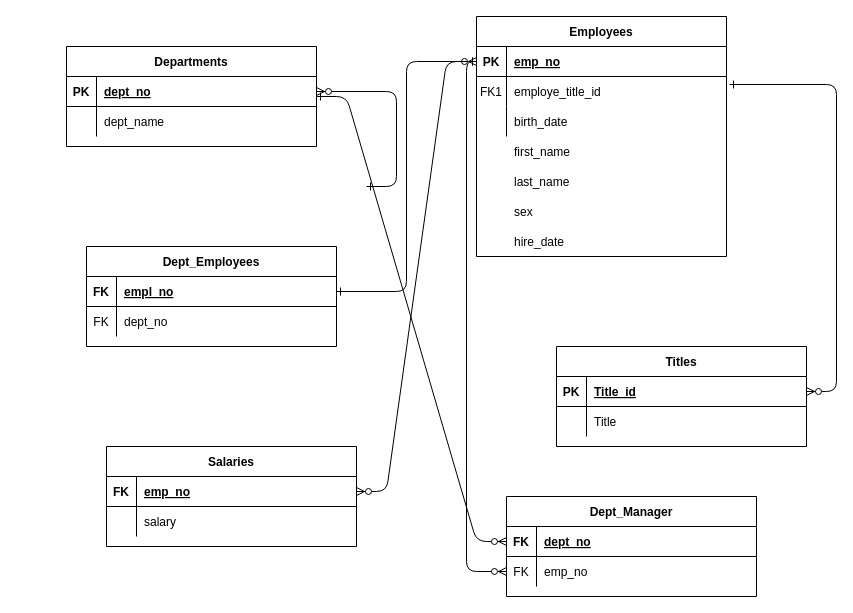
Before: sql-challenge.drawio in loriandler/sql-challenge, a draw.io diagram. Source tidied: cells renumbered, new cells numbered last; positions are measured from the earlier drawing's top-left corner, leaving out a move shared by most shapes. Both pictures are drawn from the tidied source at 100%, with x=0, y=0 at pixel (66, 16).
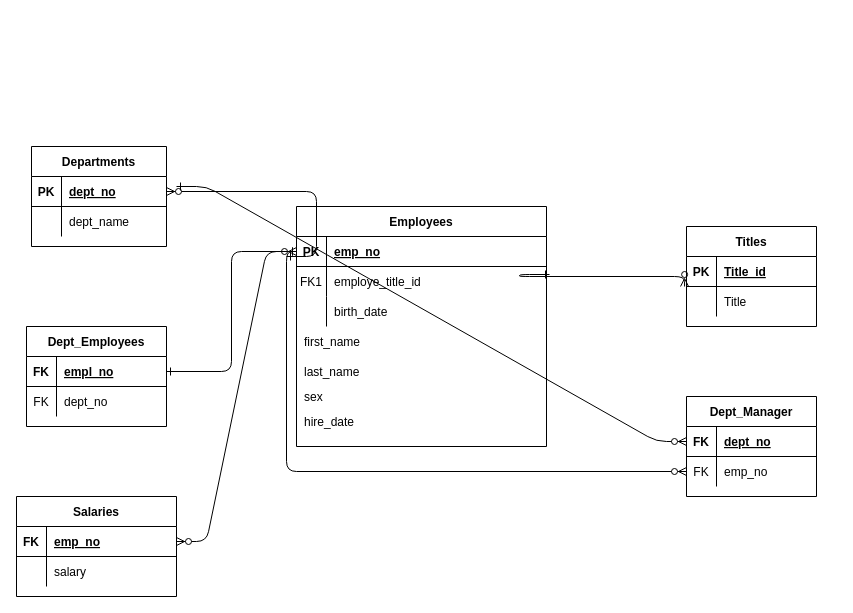
The same diagram, later.

Unchanged cells that the change refers to:
```xml
<mxCell id="8" style="shape=partialRectangle;fillColor=none;points=[[0,0.5],[1,0.5]];portConstraint=eastwest;top=0;left=0;right=0;bottom=0;" parent="4" vertex="1">
  <mxGeometry y="60" width="250" height="30" as="geometry" />
</mxCell>
```

The edit, as a diff of the source:
```diff
@@
-    <mxCell id="3" style="edgeStyle=orthogonalEdgeStyle;endArrow=ERzeroToMany;startArrow=ERone;endFill=1;startFill=0;exitX=1.012;exitY=0.267;exitDx=0;exitDy=0;exitPerimeter=0;entryX=1;entryY=0.5;entryDx=0;entryDy=0;" parent="1" edge="1" source="8" target="15">
+    <mxCell id="3" style="edgeStyle=orthogonalEdgeStyle;endArrow=ERzeroToMany;startArrow=ERone;endFill=1;startFill=0;exitX=1.012;exitY=0.267;exitDx=0;exitDy=0;exitPerimeter=0;entryX=-0.015;entryY=0;entryDx=0;entryDy=0;entryPerimeter=0;" parent="1" edge="1" source="8" target="18">
       <mxGeometry relative="1" as="geometry">
         <Array as="points">
-          <mxPoint x="770" y="68" />
-          <mxPoint x="770" y="375" />
+          <mxPoint x="453" y="260" />
+          <mxPoint x="618" y="260" />
         </Array>
       </mxGeometry>
     </mxCell>
     <mxCell id="4" value="Employees" style="shape=table;startSize=30;childLayout=tableLayout;rowLines=0;fontStyle=1;align=center;" parent="1" vertex="1">
-      <mxGeometry x="410" width="250" height="240" as="geometry" />
+      <mxGeometry x="230" y="190" width="250" height="240" as="geometry" />
     </mxCell>
@@
     <mxCell id="14" value="Titles" style="shape=table;startSize=30;childLayout=tableLayout;rowLines=0;fontStyle=1;align=center;" parent="1" vertex="1">
-      <mxGeometry x="490" y="330" width="250" height="100" as="geometry" />
+      <mxGeometry x="620" y="210" width="130" height="100" as="geometry" />
     </mxCell>
     <mxCell id="15" style="shape=partialRectangle;fillColor=none;points=[[0,0.5],[1,0.5]];portConstraint=eastwest;top=0;left=0;right=0;bottom=1;" parent="14" vertex="1">
-      <mxGeometry y="30" width="250" height="30" as="geometry" />
+      <mxGeometry y="30" width="130" height="30" as="geometry" />
     </mxCell>
@@
     <mxCell id="17" value="Title_id" style="shape=partialRectangle;overflow=hidden;fillColor=none;top=0;left=0;bottom=0;right=0;align=left;spacingLeft=6;fontStyle=5;" parent="15" vertex="1">
-      <mxGeometry x="30" width="220" height="30" as="geometry" />
+      <mxGeometry x="30" width="100" height="30" as="geometry" />
     </mxCell>
     <mxCell id="18" style="shape=partialRectangle;fillColor=none;points=[[0,0.5],[1,0.5]];portConstraint=eastwest;top=0;left=0;right=0;bottom=0;" parent="14" vertex="1">
-      <mxGeometry y="60" width="250" height="30" as="geometry" />
+      <mxGeometry y="60" width="130" height="30" as="geometry" />
     </mxCell>
@@
     <mxCell id="20" value="Title" style="shape=partialRectangle;overflow=hidden;fillColor=none;top=0;left=0;bottom=0;right=0;align=left;spacingLeft=6;" parent="18" vertex="1">
-      <mxGeometry x="30" width="220" height="30" as="geometry" />
+      <mxGeometry x="30" width="100" height="30" as="geometry" />
     </mxCell>
     <mxCell id="21" value="Dept_Employees" style="shape=table;startSize=30;childLayout=tableLayout;rowLines=0;fontStyle=1;align=center;" parent="1" vertex="1">
-      <mxGeometry x="20" y="230" width="250" height="100" as="geometry" />
+      <mxGeometry x="-40" y="310" width="140" height="100" as="geometry" />
     </mxCell>
     <mxCell id="22" style="shape=partialRectangle;fillColor=none;points=[[0,0.5],[1,0.5]];portConstraint=eastwest;top=0;left=0;right=0;bottom=1;" parent="21" vertex="1">
-      <mxGeometry y="30" width="250" height="30" as="geometry" />
+      <mxGeometry y="30" width="140" height="30" as="geometry" />
     </mxCell>
@@
     <mxCell id="24" value="empl_no" style="shape=partialRectangle;overflow=hidden;fillColor=none;top=0;left=0;bottom=0;right=0;align=left;spacingLeft=6;fontStyle=5;" parent="22" vertex="1">
-      <mxGeometry x="30" width="220" height="30" as="geometry" />
+      <mxGeometry x="30" width="110" height="30" as="geometry" />
     </mxCell>
     <mxCell id="25" style="shape=partialRectangle;fillColor=none;top=0;left=0;right=0;bottom=0;" parent="21" vertex="1">
-      <mxGeometry y="60" width="250" height="30" as="geometry" />
+      <mxGeometry y="60" width="140" height="30" as="geometry" />
     </mxCell>
@@
     <mxCell id="27" value="dept_no" style="shape=partialRectangle;overflow=hidden;fillColor=none;top=0;left=0;bottom=0;right=0;align=left;spacingLeft=6;" parent="25" vertex="1">
-      <mxGeometry x="30" width="220" height="30" as="geometry" />
+      <mxGeometry x="30" width="110" height="30" as="geometry" />
     </mxCell>
     <mxCell id="28" value="Departments" style="shape=table;startSize=30;childLayout=tableLayout;rowLines=0;fontStyle=1;align=center;" parent="1" vertex="1">
-      <mxGeometry y="30" width="250" height="100" as="geometry" />
+      <mxGeometry x="-35" y="130" width="135" height="100" as="geometry" />
     </mxCell>
     <mxCell id="29" style="shape=partialRectangle;fillColor=none;points=[[0,0.5],[1,0.5]];portConstraint=eastwest;top=0;left=0;right=0;bottom=1;" parent="28" vertex="1">
-      <mxGeometry y="30" width="250" height="30" as="geometry" />
+      <mxGeometry y="30" width="135" height="30" as="geometry" />
     </mxCell>
@@
     <mxCell id="31" value="dept_no" style="shape=partialRectangle;overflow=hidden;fillColor=none;top=0;left=0;bottom=0;right=0;align=left;spacingLeft=6;fontStyle=5;" parent="29" vertex="1">
-      <mxGeometry x="30" width="220" height="30" as="geometry" />
+      <mxGeometry x="30" width="105" height="30" as="geometry" />
     </mxCell>
     <mxCell id="32" style="shape=partialRectangle;fillColor=none;top=0;left=0;right=0;bottom=0;" parent="28" vertex="1">
-      <mxGeometry y="60" width="250" height="30" as="geometry" />
+      <mxGeometry y="60" width="135" height="30" as="geometry" />
     </mxCell>
@@
     <mxCell id="34" value="dept_name" style="shape=partialRectangle;overflow=hidden;fillColor=none;top=0;left=0;bottom=0;right=0;align=left;spacingLeft=6;" parent="32" vertex="1">
-      <mxGeometry x="30" width="220" height="30" as="geometry" />
+      <mxGeometry x="30" width="105" height="30" as="geometry" />
     </mxCell>
     <mxCell id="35" style="edgeStyle=entityRelationEdgeStyle;endArrow=ERzeroToMany;startArrow=ERone;endFill=1;startFill=0;entryX=1;entryY=0.5;entryDx=0;entryDy=0;" parent="1" edge="1" target="29">
       <mxGeometry relative="1" as="geometry">
-        <mxPoint x="300" y="170" as="sourcePoint" />
+        <mxPoint x="220" y="240" as="sourcePoint" />
         <Array as="points">
           <mxPoint x="290" y="195" />
+          <mxPoint x="180" y="210" />
+          <mxPoint x="170" y="200" />
+          <mxPoint x="180" y="200" />
+          <mxPoint x="170" y="180" />
+          <mxPoint x="160" y="200" />
         </Array>
       </mxGeometry>
     </mxCell>
     <mxCell id="36" value="first_name" style="shape=partialRectangle;overflow=hidden;fillColor=none;top=0;left=0;bottom=0;right=0;align=left;spacingLeft=6;" parent="1" vertex="1">
-      <mxGeometry x="440" y="120" width="220" height="30" as="geometry" />
+      <mxGeometry x="230" y="310" width="220" height="30" as="geometry" />
     </mxCell>
     <mxCell id="37" value="Salaries" style="shape=table;startSize=30;childLayout=tableLayout;rowLines=0;fontStyle=1;align=center;" parent="1" vertex="1">
-      <mxGeometry x="40" y="430" width="250" height="100" as="geometry" />
+      <mxGeometry x="-50" y="480" width="160" height="100" as="geometry" />
     </mxCell>
     <mxCell id="38" style="shape=partialRectangle;fillColor=none;points=[[0,0.5],[1,0.5]];portConstraint=eastwest;top=0;left=0;right=0;bottom=1;" parent="37" vertex="1">
-      <mxGeometry y="30" width="250" height="30" as="geometry" />
+      <mxGeometry y="30" width="160" height="30" as="geometry" />
     </mxCell>
@@
     <mxCell id="40" value="emp_no" style="shape=partialRectangle;overflow=hidden;fillColor=none;top=0;left=0;bottom=0;right=0;align=left;spacingLeft=6;fontStyle=5;" parent="38" vertex="1">
-      <mxGeometry x="30" width="220" height="30" as="geometry" />
+      <mxGeometry x="30" width="130" height="30" as="geometry" />
     </mxCell>
     <mxCell id="41" style="shape=partialRectangle;fillColor=none;top=0;left=0;right=0;bottom=0;" parent="37" vertex="1">
-      <mxGeometry y="60" width="250" height="30" as="geometry" />
+      <mxGeometry y="60" width="160" height="30" as="geometry" />
     </mxCell>
@@
     <mxCell id="43" value="salary" style="shape=partialRectangle;overflow=hidden;fillColor=none;top=0;left=0;bottom=0;right=0;align=left;spacingLeft=6;" parent="41" vertex="1">
-      <mxGeometry x="30" width="220" height="30" as="geometry" />
+      <mxGeometry x="30" width="130" height="30" as="geometry" />
     </mxCell>
     <mxCell id="44" value="last_name" style="shape=partialRectangle;overflow=hidden;fillColor=none;top=0;left=0;bottom=0;right=0;align=left;spacingLeft=6;" parent="1" vertex="1">
-      <mxGeometry x="440" y="150" width="220" height="30" as="geometry" />
+      <mxGeometry x="230" y="340" width="220" height="30" as="geometry" />
     </mxCell>
     <mxCell id="45" value="sex" style="shape=partialRectangle;overflow=hidden;fillColor=none;top=0;left=0;bottom=0;right=0;align=left;spacingLeft=6;" parent="1" vertex="1">
-      <mxGeometry x="440" y="180" width="220" height="30" as="geometry" />
+      <mxGeometry x="230" y="365" width="220" height="30" as="geometry" />
     </mxCell>
     <mxCell id="46" value="hire_date" style="shape=partialRectangle;overflow=hidden;fillColor=none;top=0;left=0;bottom=0;right=0;align=left;spacingLeft=6;" parent="1" vertex="1">
-      <mxGeometry x="440" y="210" width="220" height="30" as="geometry" />
+      <mxGeometry x="230" y="390" width="220" height="30" as="geometry" />
     </mxCell>
@@
     <mxCell id="48" value="Dept_Manager" style="shape=table;startSize=30;childLayout=tableLayout;rowLines=0;fontStyle=1;align=center;" parent="1" vertex="1">
-      <mxGeometry x="440" y="480" width="250" height="100" as="geometry" />
+      <mxGeometry x="620" y="380" width="130" height="100" as="geometry" />
     </mxCell>
     <mxCell id="49" style="shape=partialRectangle;fillColor=none;points=[[0,0.5],[1,0.5]];portConstraint=eastwest;top=0;left=0;right=0;bottom=1;" parent="48" vertex="1">
-      <mxGeometry y="30" width="250" height="30" as="geometry" />
+      <mxGeometry y="30" width="130" height="30" as="geometry" />
     </mxCell>
@@
     <mxCell id="51" value="dept_no" style="shape=partialRectangle;overflow=hidden;fillColor=none;top=0;left=0;bottom=0;right=0;align=left;spacingLeft=6;fontStyle=5;" parent="49" vertex="1">
-      <mxGeometry x="30" width="220" height="30" as="geometry" />
+      <mxGeometry x="30" width="100" height="30" as="geometry" />
     </mxCell>
     <mxCell id="52" style="shape=partialRectangle;fillColor=none;points=[[0,0.5],[1,0.5]];portConstraint=eastwest;top=0;left=0;right=0;bottom=0;" parent="48" vertex="1">
-      <mxGeometry y="60" width="250" height="30" as="geometry" />
+      <mxGeometry y="60" width="130" height="30" as="geometry" />
     </mxCell>
@@
     <mxCell id="54" value="emp_no" style="shape=partialRectangle;overflow=hidden;fillColor=none;top=0;left=0;bottom=0;right=0;align=left;spacingLeft=6;" parent="52" vertex="1">
-      <mxGeometry x="30" width="220" height="30" as="geometry" />
+      <mxGeometry x="30" width="100" height="30" as="geometry" />
     </mxCell>
@@
     <mxCell id="56" style="edgeStyle=entityRelationEdgeStyle;endArrow=ERzeroToMany;startArrow=ERone;endFill=1;startFill=0;entryX=0;entryY=0.5;entryDx=0;entryDy=0;" parent="1" edge="1" target="49">
       <mxGeometry relative="1" as="geometry">
-        <mxPoint x="250" y="80" as="sourcePoint" />
+        <mxPoint x="110" y="170" as="sourcePoint" />
         <Array as="points">
           <mxPoint x="300" y="205" />
+          <mxPoint x="490" y="160" />
         </Array>
       </mxGeometry>
     </mxCell>
```
